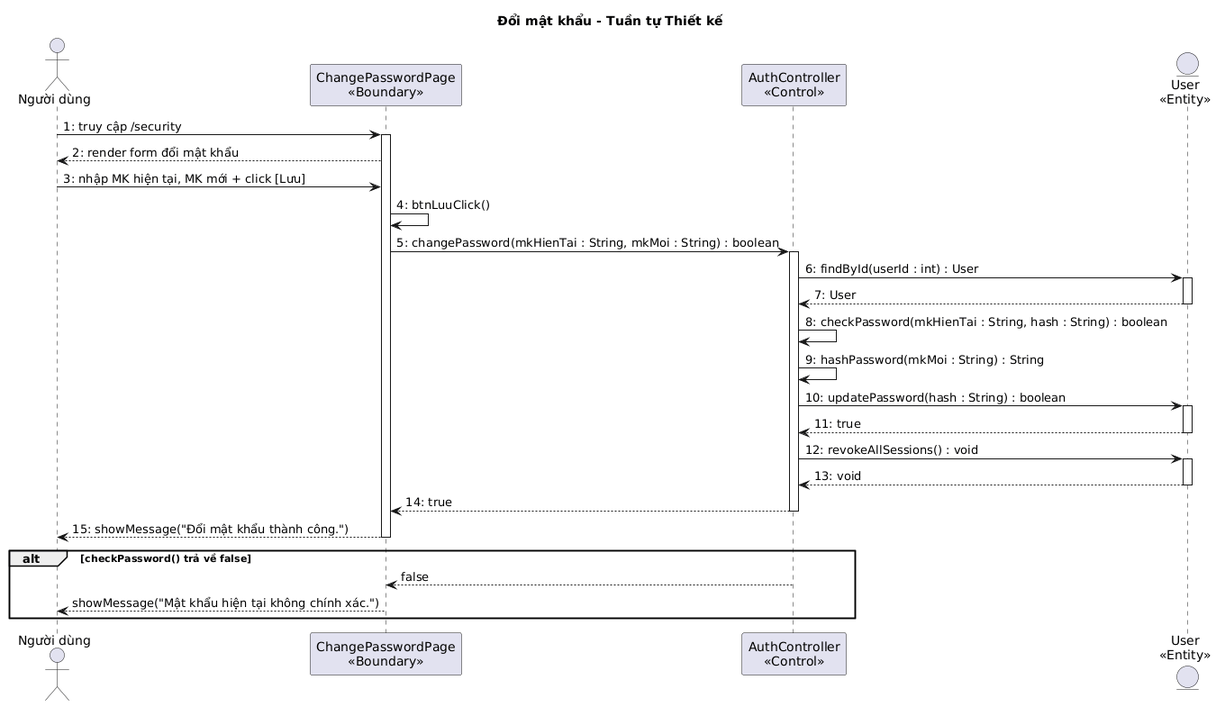
Above: output/diagrams/account_seq_changepw_design.png in thanhtrnnn/cnpm (PlantUML), before the change.
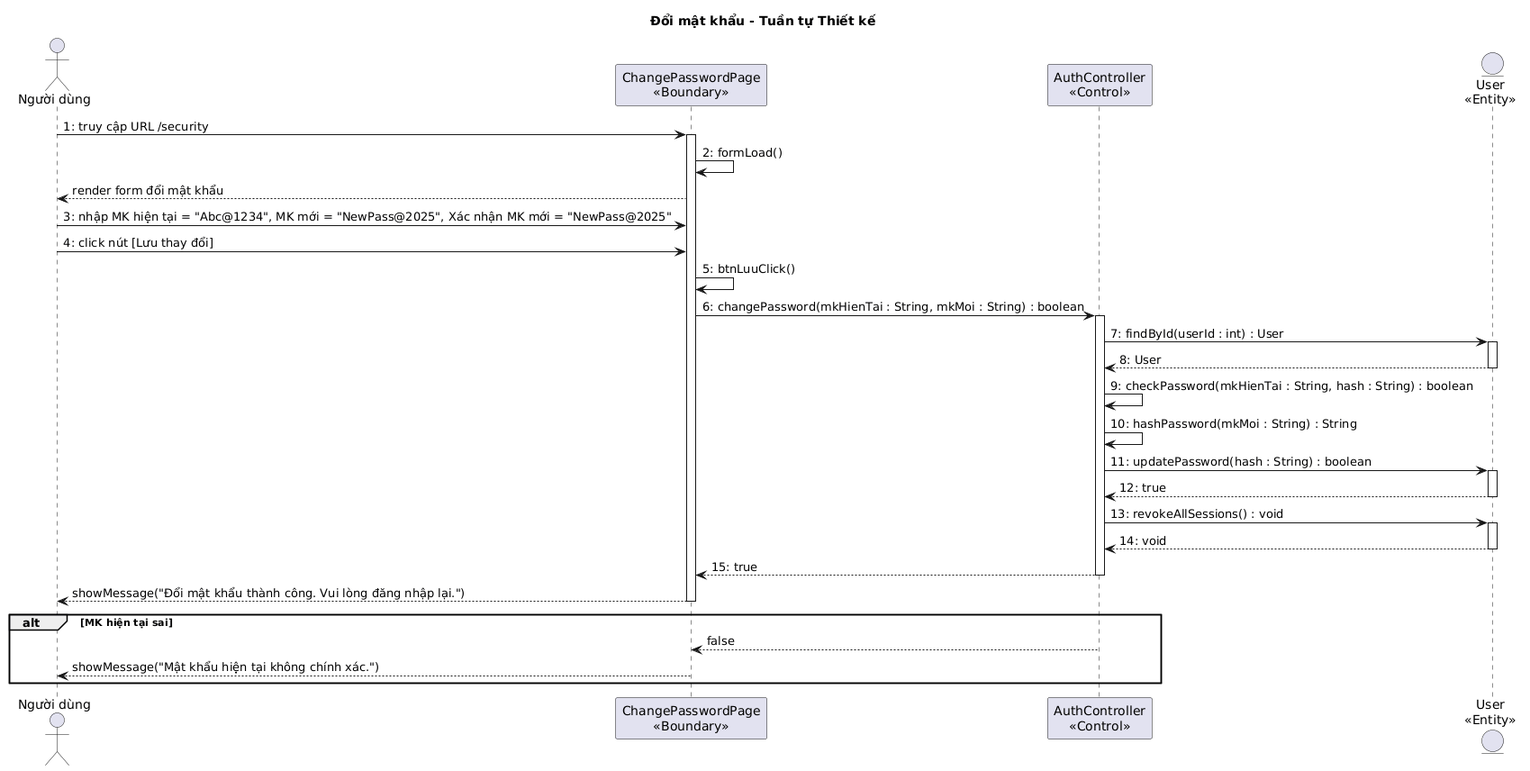
The same diagram one commit later.

What changed in the source:
```diff
@@ -1,39 +1,41 @@
 @startuml
 title Đổi mật khẩu - Tuần tự Thiết kế
 
-actor "Người dùng" as ND
+actor "Người dùng" as User
 participant "ChangePasswordPage\n<<Boundary>>" as B1
 participant "AuthController\n<<Control>>" as C1
 entity "User\n<<Entity>>" as E1
 
-ND -> B1 : 1: truy cập /security
+User -> B1 : 1: truy cập URL /security
 activate B1
-B1 --> ND : 2: render form đổi mật khẩu
-ND -> B1 : 3: nhập MK hiện tại, MK mới + click [Lưu]
-B1 -> B1 : 4: btnLuuClick()
-B1 -> C1 : 5: changePassword(mkHienTai : String, mkMoi : String) : boolean
+B1 -> B1 : 2: formLoad()
+B1 --> User : render form đổi mật khẩu
+User -> B1 : 3: nhập MK hiện tại = "Abc@1234", MK mới = "NewPass@2025", Xác nhận MK mới = "NewPass@2025"
+User -> B1 : 4: click nút [Lưu thay đổi]
+B1 -> B1 : 5: btnLuuClick()
+B1 -> C1 : 6: changePassword(mkHienTai : String, mkMoi : String) : boolean
 activate C1
-C1 -> E1 : 6: findById(userId : int) : User
+C1 -> E1 : 7: findById(userId : int) : User
 activate E1
-E1 --> C1 : 7: User
+E1 --> C1 : 8: User
 deactivate E1
-C1 -> C1 : 8: checkPassword(mkHienTai : String, hash : String) : boolean
-C1 -> C1 : 9: hashPassword(mkMoi : String) : String
-C1 -> E1 : 10: updatePassword(hash : String) : boolean
+C1 -> C1 : 9: checkPassword(mkHienTai : String, hash : String) : boolean
+C1 -> C1 : 10: hashPassword(mkMoi : String) : String
+C1 -> E1 : 11: updatePassword(hash : String) : boolean
 activate E1
-E1 --> C1 : 11: true
+E1 --> C1 : 12: true
 deactivate E1
-C1 -> E1 : 12: revokeAllSessions() : void
+C1 -> E1 : 13: revokeAllSessions() : void
 activate E1
-E1 --> C1 : 13: void
+E1 --> C1 : 14: void
 deactivate E1
-C1 --> B1 : 14: true
+C1 --> B1 : 15: true
 deactivate C1
-B1 --> ND : 15: showMessage("Đổi mật khẩu thành công.")
+B1 --> User : showMessage("Đổi mật khẩu thành công. Vui lòng đăng nhập lại.")
 deactivate B1
 
-alt checkPassword() trả về false
+alt MK hiện tại sai
   C1 --> B1 : false
-  B1 --> ND : showMessage("Mật khẩu hiện tại không chính xác.")
+  B1 --> User : showMessage("Mật khẩu hiện tại không chính xác.")
 end
 @enduml
```
